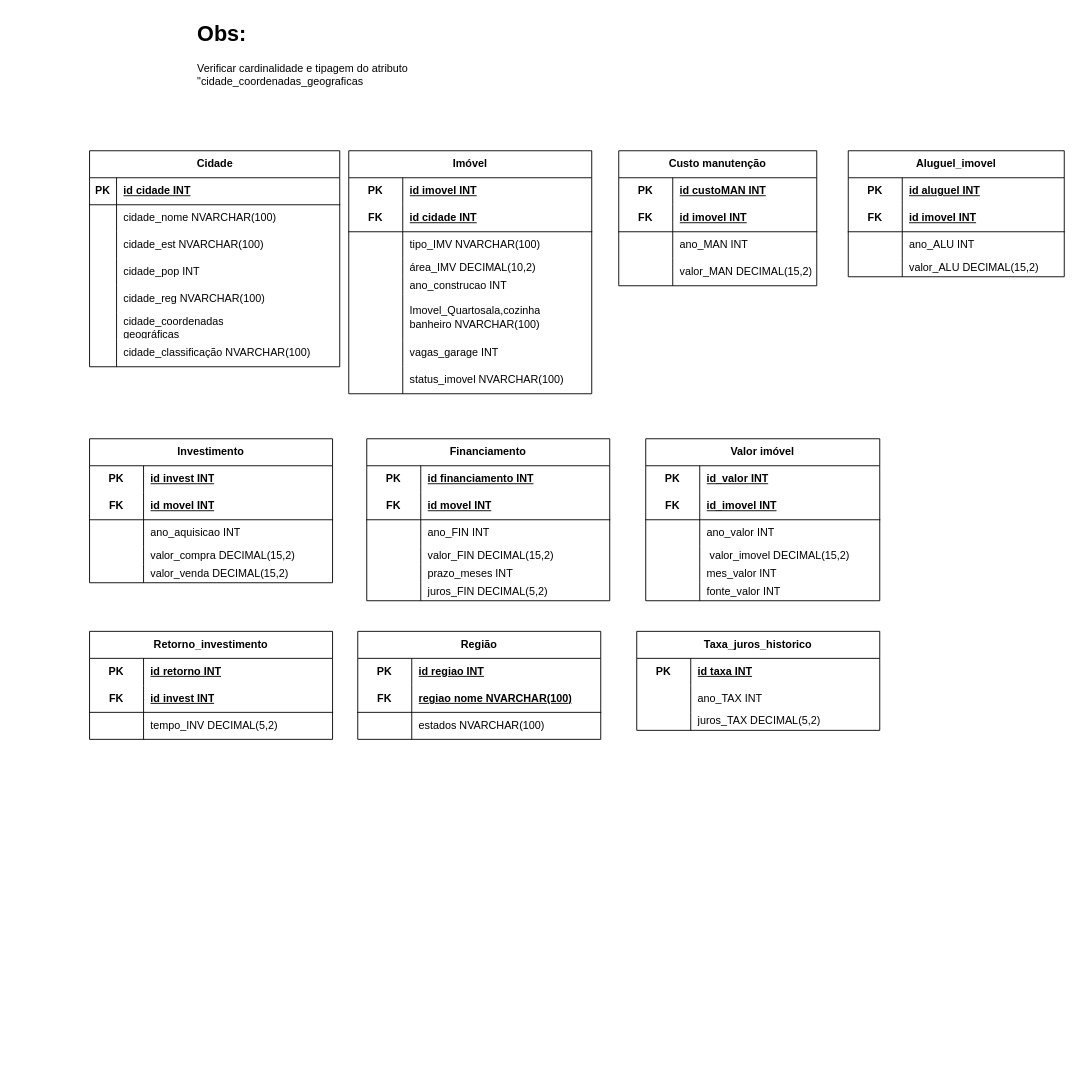
Above: GroupBy.drawio in Guilherme22B/Group_by (draw.io), before the change. Source tidied: cells renumbered, new cells numbered last; positions are measured from the earlier drawing's top-left corner, leaving out a move shared by most shapes. Both pictures are drawn from the tidied source at 90%, with x=0, y=0 at pixel (89, 15).
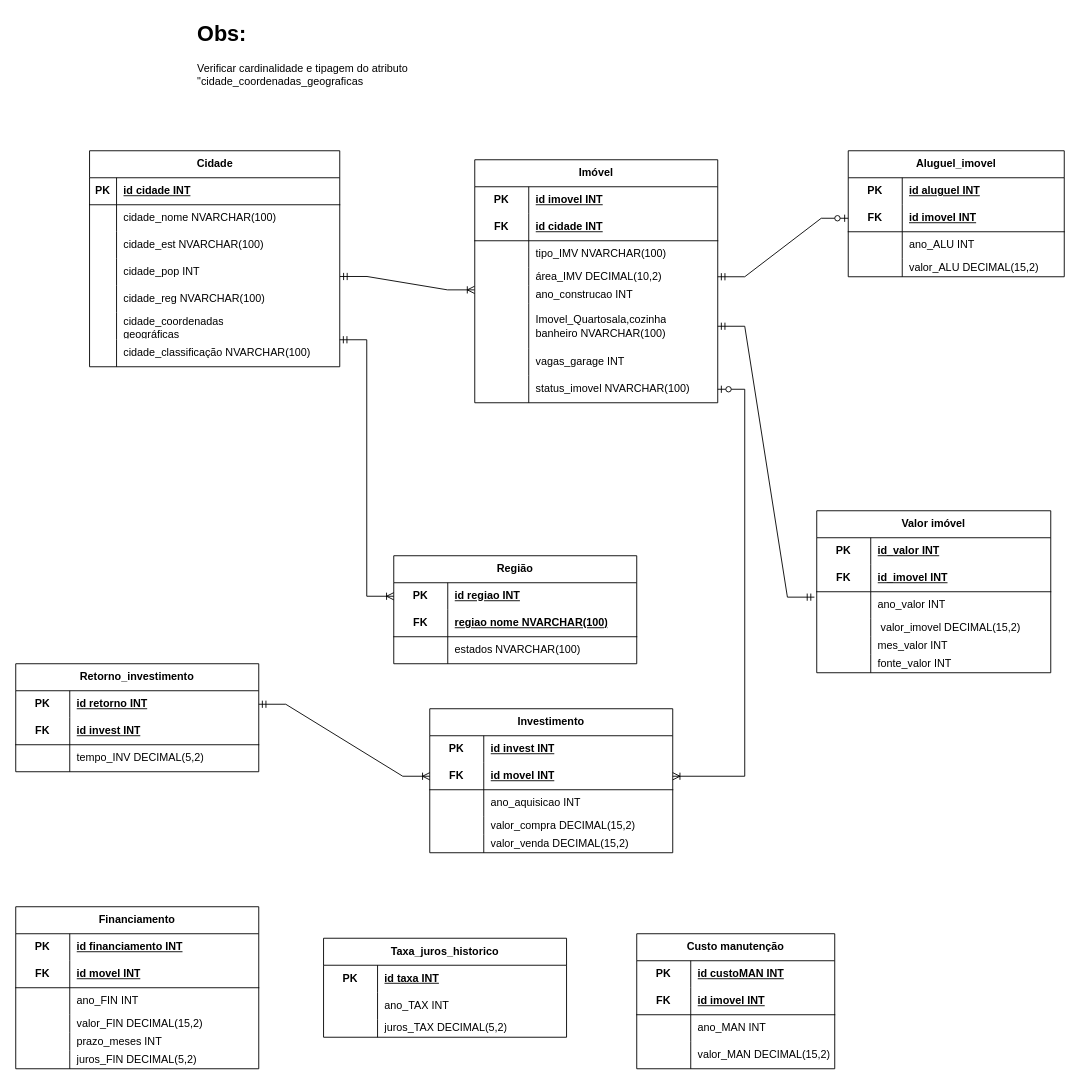
After the change.

Commit message:
inicio da cardinalidade

The change refers to these unchanged cells:
```xml
<mxCell id="2" style="shape=tableRow;horizontal=0;startSize=0;swimlaneHead=0;swimlaneBody=0;fillColor=none;top=0;left=0;right=0;bottom=0;" parent="1" vertex="1">
  <mxGeometry x="138" y="600" width="170" height="30" as="geometry" />
</mxCell>
<mxCell id="14" style="shape=tableRow;horizontal=0;startSize=0;swimlaneHead=0;swimlaneBody=0;fillColor=none;points=[[0,0.5],[1,0.5]];portConstraint=eastwest;top=0;left=0;right=0;bottom=0;html=1;" parent="4" vertex="1">
  <mxGeometry y="120" width="270" height="20" as="geometry" />
</mxCell>
<mxCell id="17" style="shape=tableRow;horizontal=0;startSize=0;swimlaneHead=0;swimlaneBody=0;fillColor=none;points=[[0,0.5],[1,0.5]];portConstraint=eastwest;top=0;left=0;right=0;bottom=0;html=1;" parent="4" vertex="1">
  <mxGeometry y="140" width="270" height="20" as="geometry" />
</mxCell>
<mxCell id="20" style="shape=tableRow;horizontal=0;startSize=0;swimlaneHead=0;swimlaneBody=0;fillColor=none;points=[[0,0.5],[1,0.5]];portConstraint=eastwest;top=0;left=0;right=0;bottom=0;html=1;" parent="4" vertex="1">
  <mxGeometry y="160" width="270" height="50" as="geometry" />
</mxCell>
<mxCell id="26" style="shape=tableRow;horizontal=0;startSize=0;swimlaneHead=0;swimlaneBody=0;fillColor=none;points=[[0,0.5],[1,0.5]];portConstraint=eastwest;top=0;left=0;right=0;bottom=0;html=1;" parent="4" vertex="1">
  <mxGeometry y="240" width="270" height="30" as="geometry" />
</mxCell>
<mxCell id="36" style="shape=tableRow;horizontal=0;startSize=0;swimlaneHead=0;swimlaneBody=0;fillColor=none;points=[[0,0.5],[1,0.5]];portConstraint=eastwest;top=0;left=0;right=0;bottom=0;html=1;" parent="29" vertex="1">
  <mxGeometry y="90" width="260" height="30" as="geometry" />
</mxCell>
<mxCell id="58" style="shape=tableRow;horizontal=0;startSize=0;swimlaneHead=0;swimlaneBody=0;fillColor=none;points=[[0,0.5],[1,0.5]];portConstraint=eastwest;top=0;left=0;right=0;bottom=0;" parent="48" vertex="1">
  <mxGeometry y="120" width="278" height="30" as="geometry" />
</mxCell>
<mxCell id="87" style="shape=tableRow;horizontal=0;startSize=0;swimlaneHead=0;swimlaneBody=0;fillColor=none;points=[[0,0.5],[1,0.5]];portConstraint=eastwest;top=0;left=0;right=0;bottom=1;html=1;" parent="83" vertex="1">
  <mxGeometry y="60" width="270" height="30" as="geometry" />
</mxCell>
<mxCell id="103" style="shape=tableRow;horizontal=0;startSize=0;swimlaneHead=0;swimlaneBody=0;fillColor=none;points=[[0,0.5],[1,0.5]];portConstraint=eastwest;top=0;left=0;right=0;bottom=1;html=1;" parent="99" vertex="1">
  <mxGeometry y="60" width="240" height="30" as="geometry" />
</mxCell>
<mxCell id="142" style="shape=tableRow;horizontal=0;startSize=0;swimlaneHead=0;swimlaneBody=0;fillColor=none;points=[[0,0.5],[1,0.5]];portConstraint=eastwest;top=0;left=0;right=0;bottom=0;html=1;" parent="141" vertex="1">
  <mxGeometry y="30" width="270" height="30" as="geometry" />
</mxCell>
<mxCell id="152" style="shape=tableRow;horizontal=0;startSize=0;swimlaneHead=0;swimlaneBody=0;fillColor=none;points=[[0,0.5],[1,0.5]];portConstraint=eastwest;top=0;left=0;right=0;bottom=0;html=1;" parent="151" vertex="1">
  <mxGeometry y="30" width="270" height="30" as="geometry" />
</mxCell>
```

What changed in the source:
```diff
@@
     <mxCell id="3" style="shape=partialRectangle;fillColor=none;top=0;left=0;bottom=0;right=0;overflow=hidden;whiteSpace=wrap;html=1;" parent="2" vertex="1">
-      <mxGeometry width="50" height="30" as="geometry" />
+      <mxGeometry x="378" y="300" width="50" height="30" as="geometry" />
     </mxCell>
     <mxCell id="4" value="Imóvel" style="shape=table;startSize=30;childLayout=tableLayout;rowLines=0;fontStyle=1;align=center;html=1;whiteSpace=wrap;" parent="1" vertex="1">
-      <mxGeometry x="288" y="150" width="270" height="270" as="geometry" />
+      <mxGeometry x="428" y="160" width="270" height="270" as="geometry" />
     </mxCell>
@@
     <mxCell id="29" value="Valor imóvel" style="shape=table;startSize=30;childLayout=tableLayout;rowLines=0;fontStyle=1;align=center;html=1;whiteSpace=wrap;" parent="1" vertex="1">
-      <mxGeometry x="618" y="470" width="260" height="180" as="geometry" />
+      <mxGeometry x="808" y="550" width="260" height="180" as="geometry" />
     </mxCell>
@@
     <mxCell id="70" value="Custo manutenção" style="shape=table;startSize=30;childLayout=tableLayout;rowLines=0;fontStyle=1;align=center;html=1;whiteSpace=wrap;" parent="1" vertex="1">
-      <mxGeometry x="588" y="150" width="220" height="150" as="geometry" />
+      <mxGeometry x="608" y="1020" width="220" height="150" as="geometry" />
     </mxCell>
@@
     <mxCell id="83" value="Investimento" style="shape=table;startSize=30;childLayout=tableLayout;rowLines=0;fontStyle=1;align=center;html=1;whiteSpace=wrap;" parent="1" vertex="1">
-      <mxGeometry y="470" width="270" height="160" as="geometry" />
+      <mxGeometry x="378" y="770" width="270" height="160" as="geometry" />
     </mxCell>
@@
     <mxCell id="112" value="Financiamento" style="shape=table;startSize=30;childLayout=tableLayout;rowLines=0;fontStyle=1;align=center;html=1;whiteSpace=wrap;" parent="1" vertex="1">
-      <mxGeometry x="308" y="470" width="270" height="180" as="geometry" />
+      <mxGeometry x="-82" y="990" width="270" height="180" as="geometry" />
     </mxCell>
@@
     <mxCell id="131" value="Taxa_juros_historico" style="shape=table;startSize=30;childLayout=tableLayout;rowLines=0;fontStyle=1;align=center;html=1;whiteSpace=wrap;" parent="1" vertex="1">
-      <mxGeometry x="608" y="684" width="270" height="110" as="geometry" />
+      <mxGeometry x="260" y="1025" width="270" height="110" as="geometry" />
     </mxCell>
@@
     <mxCell id="141" value="Retorno_investimento" style="shape=table;startSize=30;childLayout=tableLayout;rowLines=0;fontStyle=1;align=center;html=1;whiteSpace=wrap;" parent="1" vertex="1">
-      <mxGeometry y="684" width="270" height="120" as="geometry" />
+      <mxGeometry x="-82" y="720" width="270" height="120" as="geometry" />
     </mxCell>
@@
     <mxCell id="151" value="Região" style="shape=table;startSize=30;childLayout=tableLayout;rowLines=0;fontStyle=1;align=center;html=1;whiteSpace=wrap;" parent="1" vertex="1">
-      <mxGeometry x="298" y="684" width="270" height="120" as="geometry" />
+      <mxGeometry x="338" y="600" width="270" height="120" as="geometry" />
     </mxCell>
@@
+    <mxCell id="162" style="edgeStyle=entityRelationEdgeStyle;fontSize=12;html=1;endArrow=ERmandOne;startArrow=ERmandOne;rounded=0;entryX=-0.01;entryY=0.2;entryDx=0;entryDy=0;entryPerimeter=0;" parent="1" edge="1" source="20" target="36">
+      <mxGeometry relative="1" as="geometry">
+        <Array as="points">
+          <mxPoint x="778" y="490" />
+        </Array>
+      </mxGeometry>
+    </mxCell>
+    <mxCell id="163" style="edgeStyle=entityRelationEdgeStyle;fontSize=12;html=1;endArrow=ERzeroToOne;startArrow=ERmandOne;rounded=0;entryX=0;entryY=0.5;entryDx=0;entryDy=0;exitX=1;exitY=0.5;exitDx=0;exitDy=0;" parent="1" edge="1" source="14" target="103">
+      <mxGeometry relative="1" as="geometry" />
+    </mxCell>
+    <mxCell id="164" style="edgeStyle=entityRelationEdgeStyle;fontSize=12;html=1;endArrow=ERoneToMany;startArrow=ERmandOne;rounded=0;exitX=1.001;exitY=0.657;exitDx=0;exitDy=0;exitPerimeter=0;entryX=-0.001;entryY=0.229;entryDx=0;entryDy=0;entryPerimeter=0;" parent="1" edge="1" source="58" target="17">
+      <mxGeometry relative="1" as="geometry" />
+    </mxCell>
+    <mxCell id="165" style="edgeStyle=entityRelationEdgeStyle;fontSize=12;html=1;endArrow=ERoneToMany;startArrow=ERmandOne;rounded=0;exitX=1.001;exitY=0.657;exitDx=0;exitDy=0;exitPerimeter=0;entryX=0;entryY=0.5;entryDx=0;entryDy=0;" parent="1" edge="1" target="152">
+      <mxGeometry relative="1" as="geometry">
+        <mxPoint x="278" y="360" as="sourcePoint" />
+        <Array as="points">
+          <mxPoint x="238" y="720" />
+        </Array>
+      </mxGeometry>
+    </mxCell>
+    <mxCell id="166" style="edgeStyle=entityRelationEdgeStyle;fontSize=12;html=1;endArrow=ERoneToMany;startArrow=ERmandOne;rounded=0;exitX=1;exitY=0.5;exitDx=0;exitDy=0;entryX=0;entryY=0.5;entryDx=0;entryDy=0;" parent="1" edge="1" source="142" target="87">
+      <mxGeometry relative="1" as="geometry" />
+    </mxCell>
+    <mxCell id="167" style="edgeStyle=entityRelationEdgeStyle;fontSize=12;html=1;endArrow=ERoneToMany;startArrow=ERzeroToOne;rounded=0;entryX=1;entryY=0.5;entryDx=0;entryDy=0;" parent="1" edge="1" source="26" target="87">
+      <mxGeometry relative="1" as="geometry" />
+    </mxCell>
```
